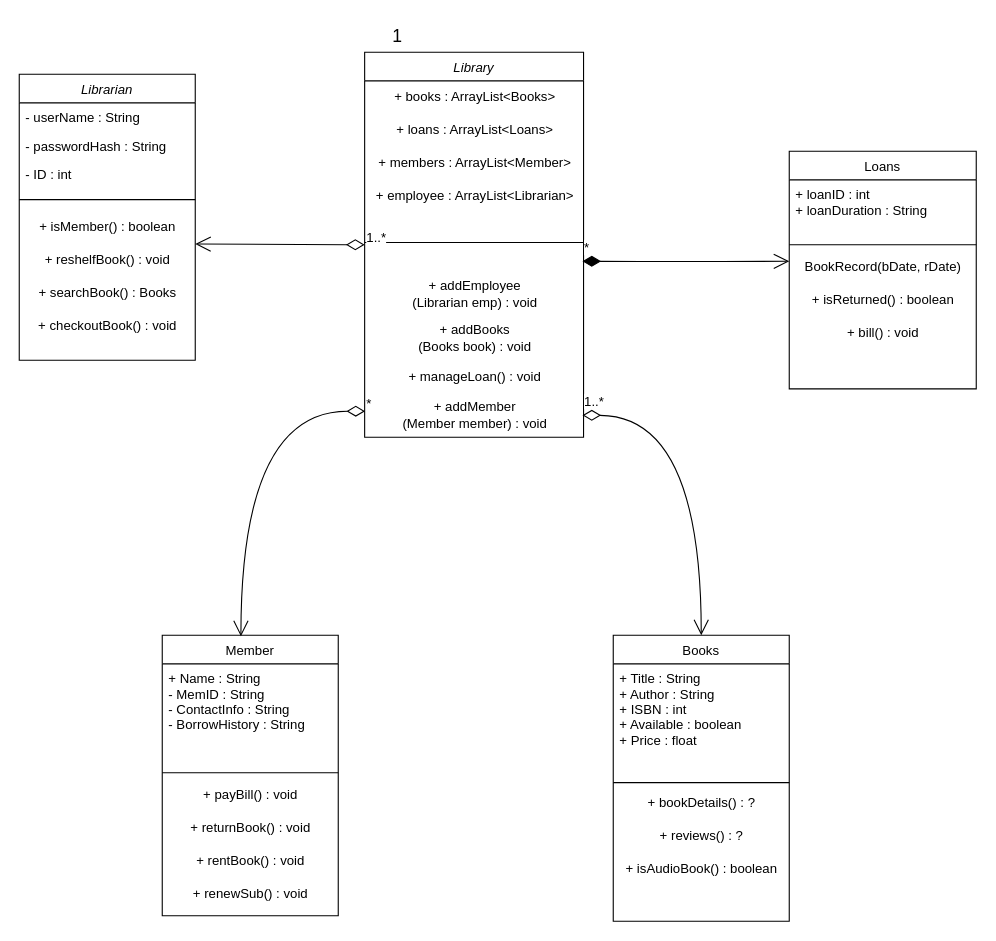
Twpendleton/ClassUMLDiagram keeps this draw.io diagram as Untitled Diagram.drawio. Above is the earlier version. Source tidied: cells renumbered, new cells numbered last; positions are measured from the earlier drawing's top-left corner, leaving out a move shared by most shapes. Both pictures are drawn from the tidied source at 110%, with x=0, y=0 at pixel (19, 19).
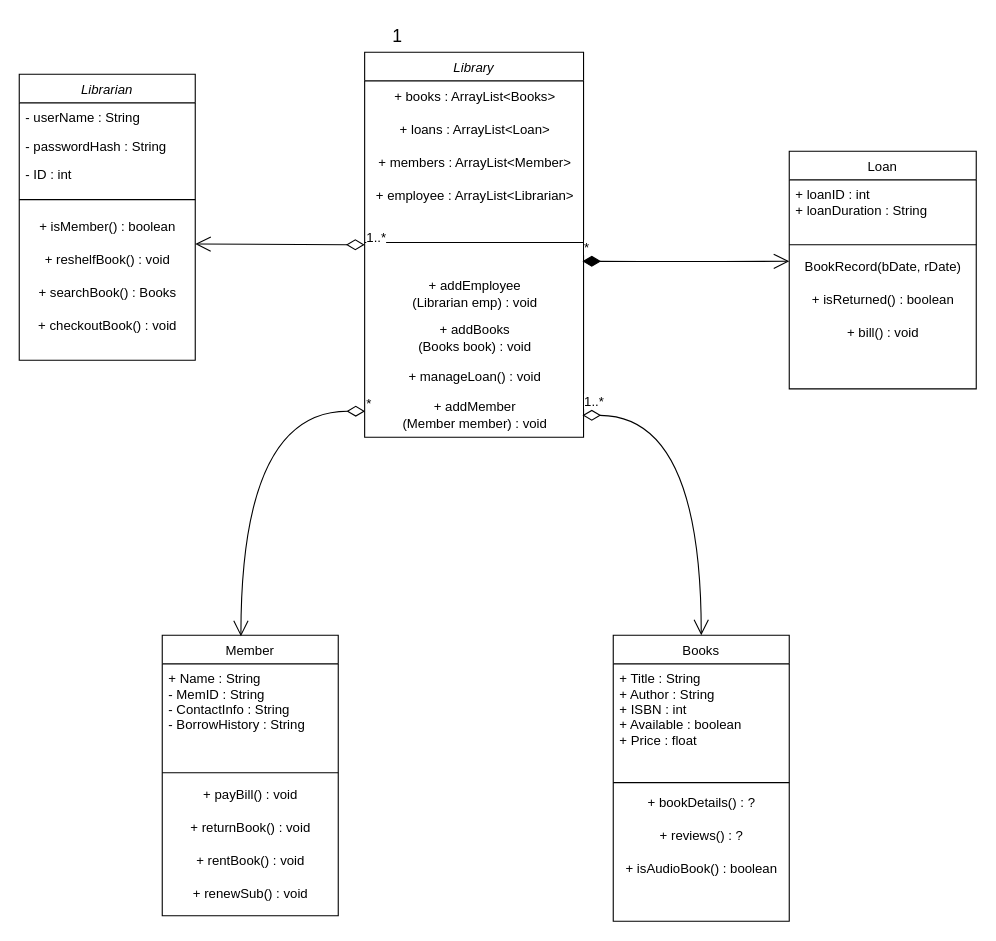
The same diagram, later.

Commit message:
Rename Loans class to Loan

Unchanged cells that the change refers to:
```xml
<mxCell id="30" value="Library" style="swimlane;fontStyle=2;align=center;verticalAlign=top;horizontal=1;startSize=26;rounded=0;shadow=0;strokeWidth=1;" parent="1" vertex="1">
  <mxGeometry x="314" y="30" width="199" height="350" as="geometry" />
</mxCell>
```

Diff of the diagram source:
```diff
@@
-    <mxCell id="24" value="Loans" style="swimlane;fontStyle=0;align=center;verticalAlign=top;horizontal=1;startSize=26;rounded=0;shadow=0;strokeWidth=1;" parent="1" vertex="1">
+    <mxCell id="24" value="Loan" style="swimlane;fontStyle=0;align=center;verticalAlign=top;horizontal=1;startSize=26;rounded=0;shadow=0;strokeWidth=1;" parent="1" vertex="1">
       <mxGeometry x="700" y="120" width="170" height="216" as="geometry" />
     </mxCell>
@@
-    <mxCell id="32" value="+ loans : ArrayList&amp;lt;Loans&amp;gt;" style="text;html=1;align=center;verticalAlign=middle;strokeColor=none;fillColor=none;" parent="30" vertex="1">
+    <mxCell id="32" value="+ loans : ArrayList&amp;lt;Loan&amp;gt;" style="text;html=1;align=center;verticalAlign=middle;strokeColor=none;fillColor=none;" parent="30" vertex="1">
       <mxGeometry y="56" width="199" height="30" as="geometry" />
     </mxCell>
```
